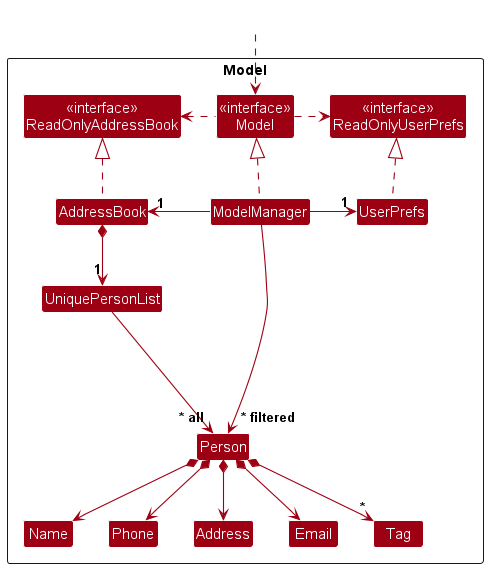
Above: docs/images/ModelClassDiagram.png in nus-cs2103-AY2425S1/tp (PlantUML), before the change.
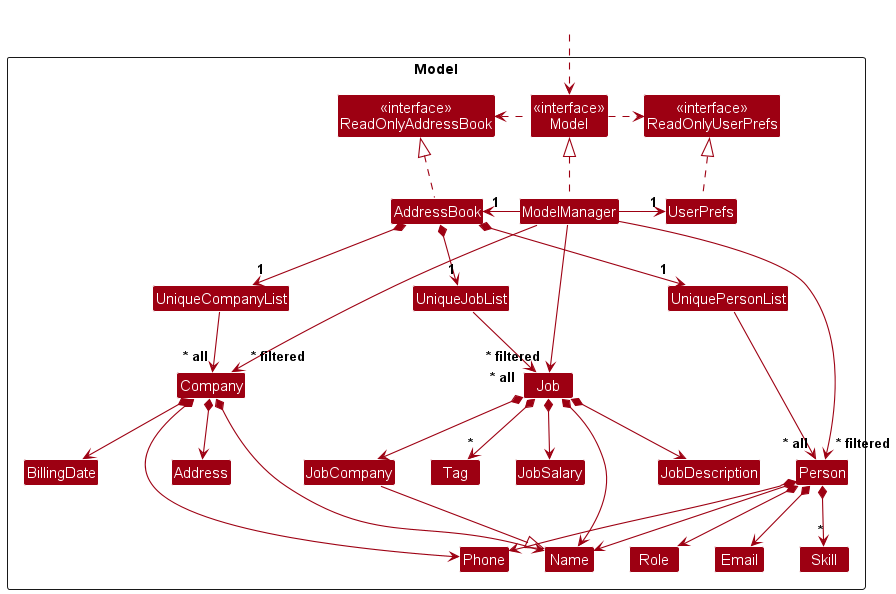
The same file after the commit.

Commit message:
Update Model puml diagram and picture

Diff of the diagram source:
```diff
@@ -14,11 +14,23 @@
 
 Class UniquePersonList
 Class Person
-Class Address
+Class Role
 Class Email
 Class Name
 Class Phone
+Class Skill
+
+Class UniqueJobList
+Class Job
+Class JobCompany
+Class JobSalary
+Class JobDescription
 Class Tag
+
+Class UniqueCompanyList
+Class Company
+Class BillingDate
+Class Address
 
 Class I #FFFFFF
 }
@@ -40,15 +52,41 @@
 Person *--> Name
 Person *--> Phone
 Person *--> Email
-Person *--> Address
-Person *--> "*" Tag
+Person *--> Role
+Person *--> "*" Skill
 
 Person -[hidden]up--> I
 UniquePersonList -[hidden]right-> I
 
 Name -[hidden]right-> Phone
-Phone -[hidden]right-> Address
-Address -[hidden]right-> Email
+Phone -[hidden]right-> Role
+Role -[hidden]right-> Email
 
 ModelManager --> "~* filtered" Person
+
+AddressBook *--> "1" UniqueJobList
+UniqueJobList --> "~* all" Job
+Job *--> Name
+Job *--> JobCompany
+Job *--> JobSalary
+Job *--> JobDescription
+Job *--> "*" Tag
+
+Job -[hidden]up-> I
+UniqueJobList -[hidden]right-> I
+JobSalary -[hidden]right> JobCompany
+Tag -[hidden]right-> JobSalary
+JobDescription -[hidden]right-> Tag
+JobCompany -right-|> Name
+
+ModelManager ---> "~* filtered" Job
+
+AddressBook *--> "1" UniqueCompanyList
+UniqueCompanyList --> "~* all" Company
+Company *--> Name
+Company *--> Address
+Company *--> BillingDate
+Company *--> Phone
+
+ModelManager ---> "~* filtered" Company
 @enduml
```
